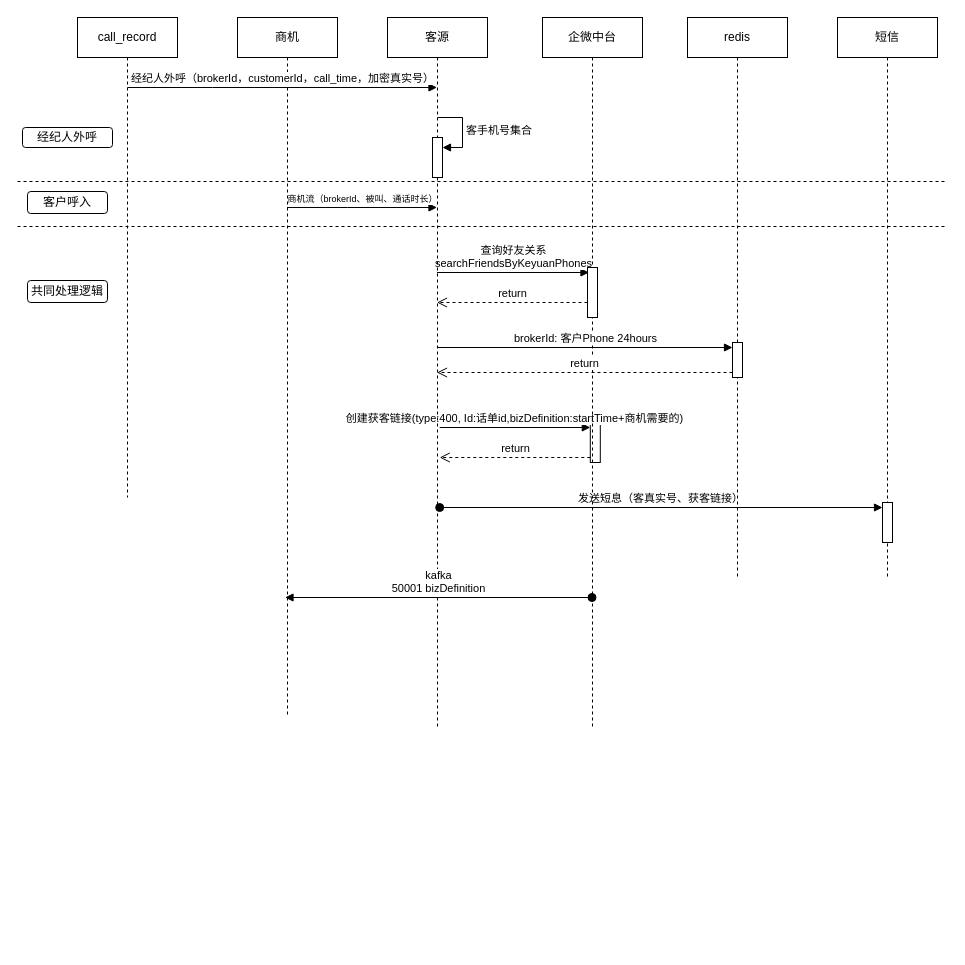
The draw.io diagram 未命名绘图.drawio in SmellyTrotter/draw.io, before the edit. Source tidied: cells renumbered, new cells numbered last; positions are measured from the earlier drawing's top-left corner, leaving out a move shared by most shapes. Both pictures are drawn from the tidied source at 100%, with x=0, y=0 at pixel (17, 17).
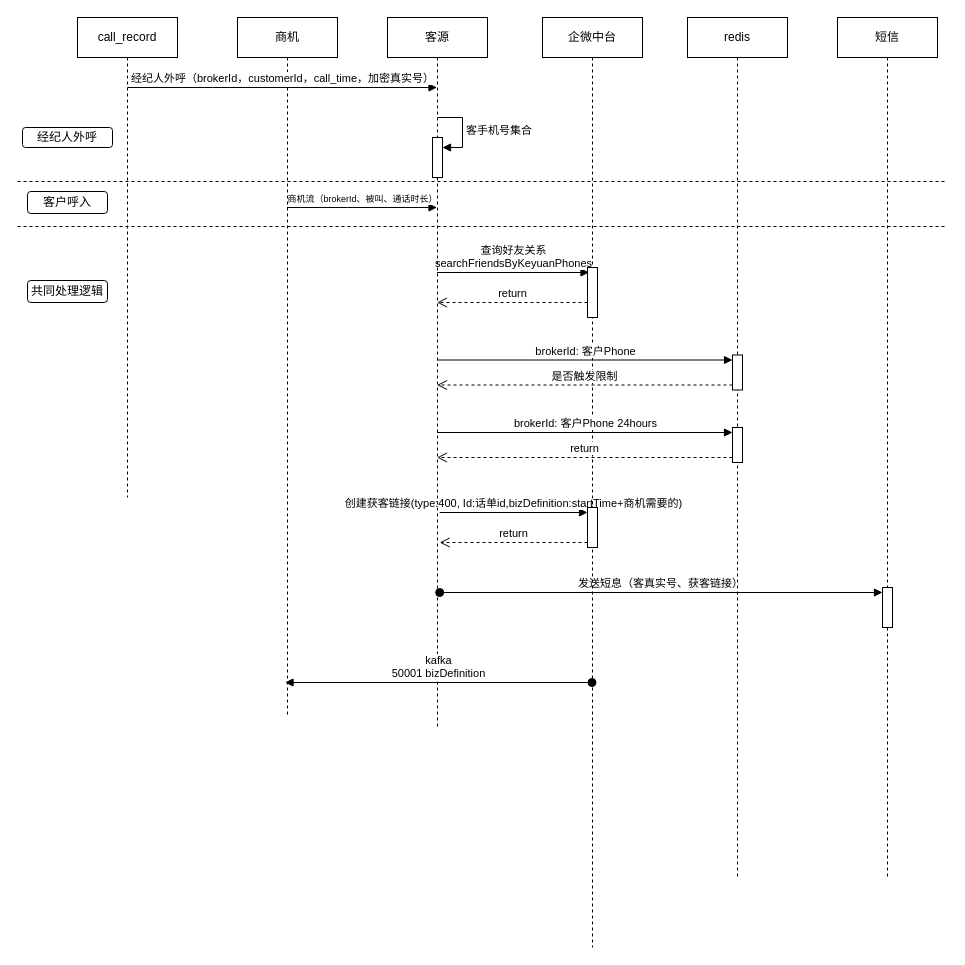
The same page after the edit.

Commit message:
更新未命名绘图.drawio

The change refers to these unchanged cells:
```xml
<mxCell id="11" value="客源" style="shape=umlLifeline;perimeter=lifelinePerimeter;whiteSpace=wrap;html=1;outlineConnect=0;portConstraint=eastwest;newEdgeStyle={&quot;edgeStyle&quot;:&quot;elbowEdgeStyle&quot;,&quot;elbow&quot;:&quot;vertical&quot;,&quot;curved&quot;:0,&quot;rounded&quot;:0};" parent="1" vertex="1">
  <mxGeometry x="370" width="100" height="710" as="geometry" />
</mxCell>
```

Diff of the diagram source:
```diff
@@
-    <mxCell id="6" style="html=1;points=[[0,0,0,0,5],[0,1,0,0,-5],[1,0,0,0,5],[1,1,0,0,-5]];perimeter=orthogonalPerimeter;outlineConnect=0;targetShapes=umlLifeline;portConstraint=eastwest;newEdgeStyle={&quot;curved&quot;:0,&quot;rounded&quot;:0};" parent="1" vertex="1">
-      <mxGeometry x="572.8" y="405" width="10" height="40" as="geometry" />
-    </mxCell>
     <mxCell id="7" value="&lt;div&gt;创建获客链接(type:400, Id:话单id,bizDefinition:startTime+商机需要的)&lt;/div&gt;" style="html=1;verticalAlign=bottom;endArrow=block;curved=0;rounded=0;entryX=0;entryY=0;entryDx=0;entryDy=5;" parent="1" edge="1" target="6">
       <mxGeometry relative="1" as="geometry">
-        <mxPoint x="422.2" y="410" as="sourcePoint" />
+        <mxPoint x="422.2" y="495" as="sourcePoint" />
       </mxGeometry>
     </mxCell>
     <mxCell id="8" value="return" style="html=1;verticalAlign=bottom;endArrow=open;dashed=1;endSize=8;curved=0;rounded=0;exitX=0;exitY=1;exitDx=0;exitDy=-5;" parent="1" edge="1" source="6">
       <mxGeometry relative="1" as="geometry">
-        <mxPoint x="422.2" y="440" as="targetPoint" />
+        <mxPoint x="422.2" y="525" as="targetPoint" />
       </mxGeometry>
     </mxCell>
     <mxCell id="9" value="发送短息（客真实号、获客链接）" style="html=1;verticalAlign=bottom;startArrow=oval;endArrow=block;startSize=8;curved=0;rounded=0;entryX=0;entryY=0;entryDx=0;entryDy=5;" parent="1" edge="1" target="17">
       <mxGeometry relative="1" as="geometry">
-        <mxPoint x="422.2" y="490" as="sourcePoint" />
+        <mxPoint x="422.2" y="575" as="sourcePoint" />
       </mxGeometry>
     </mxCell>
@@
+    <mxCell id="14" value="企微中台" style="shape=umlLifeline;perimeter=lifelinePerimeter;whiteSpace=wrap;html=1;outlineConnect=0;portConstraint=eastwest;newEdgeStyle={&quot;edgeStyle&quot;:&quot;elbowEdgeStyle&quot;,&quot;elbow&quot;:&quot;vertical&quot;,&quot;curved&quot;:0,&quot;rounded&quot;:0};" parent="1" vertex="1">
+      <mxGeometry x="525" width="100" height="930" as="geometry" />
+    </mxCell>
+    <mxCell id="15" style="html=1;perimeter=orthogonalPerimeter;targetShapes=umlLifeline;newEdgeStyle={&quot;edgeStyle&quot;:&quot;elbowEdgeStyle&quot;,&quot;elbow&quot;:&quot;vertical&quot;,&quot;curved&quot;:0,&quot;rounded&quot;:0};" parent="14" vertex="1">
+      <mxGeometry x="45" y="250" width="10" height="50" as="geometry" />
+    </mxCell>
+    <mxCell id="6" style="html=1;points=[[0,0,0,0,5],[0,1,0,0,-5],[1,0,0,0,5],[1,1,0,0,-5]];perimeter=orthogonalPerimeter;outlineConnect=0;targetShapes=umlLifeline;portConstraint=eastwest;newEdgeStyle={&quot;curved&quot;:0,&quot;rounded&quot;:0};" parent="14" vertex="1">
+      <mxGeometry x="45" y="490" width="10" height="40" as="geometry" />
+    </mxCell>
@@
-    <mxCell id="14" value="企微中台" style="shape=umlLifeline;perimeter=lifelinePerimeter;whiteSpace=wrap;html=1;outlineConnect=0;portConstraint=eastwest;newEdgeStyle={&quot;edgeStyle&quot;:&quot;elbowEdgeStyle&quot;,&quot;elbow&quot;:&quot;vertical&quot;,&quot;curved&quot;:0,&quot;rounded&quot;:0};" parent="1" vertex="1">
-      <mxGeometry x="525" width="100" height="710" as="geometry" />
-    </mxCell>
-    <mxCell id="15" style="html=1;perimeter=orthogonalPerimeter;targetShapes=umlLifeline;newEdgeStyle={&quot;edgeStyle&quot;:&quot;elbowEdgeStyle&quot;,&quot;elbow&quot;:&quot;vertical&quot;,&quot;curved&quot;:0,&quot;rounded&quot;:0};" parent="14" vertex="1">
-      <mxGeometry x="45" y="250" width="10" height="50" as="geometry" />
-    </mxCell>
     <mxCell id="16" value="短信" style="shape=umlLifeline;perimeter=lifelinePerimeter;whiteSpace=wrap;html=1;newEdgeStyle={&quot;edgeStyle&quot;:&quot;elbowEdgeStyle&quot;,&quot;elbow&quot;:&quot;vertical&quot;,&quot;curved&quot;:0,&quot;rounded&quot;:0};" parent="1" vertex="1">
-      <mxGeometry x="820" width="100" height="560" as="geometry" />
+      <mxGeometry x="820" width="100" height="860" as="geometry" />
     </mxCell>
     <mxCell id="17" style="html=1;points=[[0,0,0,0,5],[0,1,0,0,-5],[1,0,0,0,5],[1,1,0,0,-5]];perimeter=orthogonalPerimeter;outlineConnect=0;targetShapes=umlLifeline;portConstraint=eastwest;newEdgeStyle={&quot;curved&quot;:0,&quot;rounded&quot;:0};" parent="16" vertex="1">
-      <mxGeometry x="45" y="485" width="10" height="40" as="geometry" />
+      <mxGeometry x="45" y="570" width="10" height="40" as="geometry" />
     </mxCell>
     <mxCell id="18" value="redis" style="shape=umlLifeline;whiteSpace=wrap;html=1;newEdgeStyle={&quot;curved&quot;:0,&quot;rounded&quot;:0};perimeter=rectanglePerimeter;targetShapes=umlLifeline;participant=label;" parent="1" vertex="1">
-      <mxGeometry x="670" width="100" height="560" as="geometry" />
+      <mxGeometry x="670" width="100" height="860" as="geometry" />
     </mxCell>
     <mxCell id="19" style="html=1;points=[[0,0,0,0,5],[0,1,0,0,-5],[1,0,0,0,5],[1,1,0,0,-5]];perimeter=orthogonalPerimeter;outlineConnect=0;targetShapes=umlLifeline;portConstraint=eastwest;newEdgeStyle={&quot;curved&quot;:0,&quot;rounded&quot;:0};" parent="18" vertex="1">
-      <mxGeometry x="45" y="325" width="10" height="35" as="geometry" />
+      <mxGeometry x="45" y="410" width="10" height="35" as="geometry" />
     </mxCell>
+    <mxCell id="30" style="html=1;points=[[0,0,0,0,5],[0,1,0,0,-5],[1,0,0,0,5],[1,1,0,0,-5]];perimeter=orthogonalPerimeter;outlineConnect=0;targetShapes=umlLifeline;portConstraint=eastwest;newEdgeStyle={&quot;curved&quot;:0,&quot;rounded&quot;:0};" parent="18" vertex="1">
+      <mxGeometry x="45" y="337.5" width="10" height="35" as="geometry" />
+    </mxCell>
+    <mxCell id="31" value="是否触发限制" style="html=1;verticalAlign=bottom;endArrow=open;dashed=1;endSize=8;curved=0;rounded=0;exitX=0;exitY=1;exitDx=0;exitDy=-5;" parent="18" edge="1" source="30">
+      <mxGeometry relative="1" as="geometry">
+        <mxPoint x="-250.5" y="367.5" as="targetPoint" />
+      </mxGeometry>
+    </mxCell>
+    <mxCell id="32" value="brokerId: 客户Phone" style="html=1;verticalAlign=bottom;endArrow=block;curved=0;rounded=0;entryX=0;entryY=0;entryDx=0;entryDy=5;" parent="18" edge="1" target="30">
+      <mxGeometry relative="1" as="geometry">
+        <mxPoint x="-250.5" y="342.5" as="sourcePoint" />
+      </mxGeometry>
+    </mxCell>
-    <mxCell id="20" value="return" style="html=1;verticalAlign=bottom;endArrow=open;dashed=1;endSize=8;curved=0;rounded=0;exitX=0;exitY=1;exitDx=0;exitDy=-5;" parent="1" edge="1" source="19" target="11">
-      <mxGeometry relative="1" as="geometry" />
+    <mxCell id="20" value="return" style="html=1;verticalAlign=bottom;endArrow=open;dashed=1;endSize=8;curved=0;rounded=0;exitX=0;exitY=1;exitDx=0;exitDy=-5;" parent="1" edge="1" source="19">
+      <mxGeometry relative="1" as="geometry">
+        <mxPoint x="419.5" y="440" as="targetPoint" />
+      </mxGeometry>
     </mxCell>
     <mxCell id="21" value="brokerId: 客户Phone 24hours" style="html=1;verticalAlign=bottom;endArrow=block;curved=0;rounded=0;entryX=0;entryY=0;entryDx=0;entryDy=5;" parent="1" edge="1" target="19">
       <mxGeometry relative="1" as="geometry">
-        <mxPoint x="419.5" y="330" as="sourcePoint" />
+        <mxPoint x="419.5" y="415" as="sourcePoint" />
       </mxGeometry>
     </mxCell>
@@
-    <mxCell id="29" value="&lt;div&gt;kafka&lt;/div&gt;50001 bizDefinition" style="html=1;verticalAlign=bottom;startArrow=oval;endArrow=block;startSize=8;curved=0;rounded=0;" parent="1" edge="1" source="14">
+    <mxCell id="29" value="&lt;div&gt;kafka&lt;/div&gt;50001 bizDefinition" style="html=1;verticalAlign=bottom;startArrow=oval;endArrow=block;startSize=8;curved=0;rounded=0;" parent="1" edge="1">
       <mxGeometry relative="1" as="geometry">
-        <mxPoint x="267.5" y="580" as="targetPoint" />
+        <mxPoint x="574.5" y="665" as="sourcePoint" />
+        <mxPoint x="267.5" y="665" as="targetPoint" />
       </mxGeometry>
     </mxCell>
```
